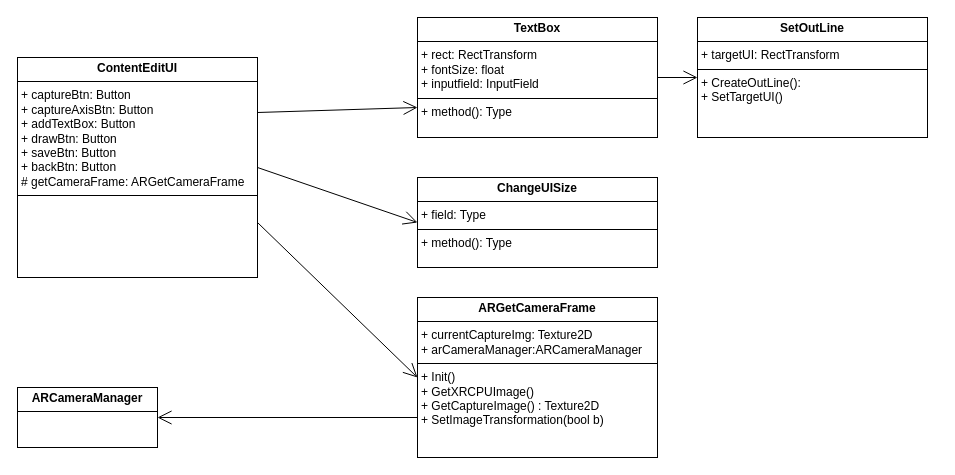
Above: Ar _Content_Edit/ContentEdit.drawio in meterslug4/Project-UML (draw.io), before the change. Source tidied: cells renumbered, new cells numbered last; positions are measured from the earlier drawing's top-left corner, leaving out a move shared by most shapes. Both pictures are drawn from the tidied source at 100%, with x=0, y=0 at pixel (17, 17).
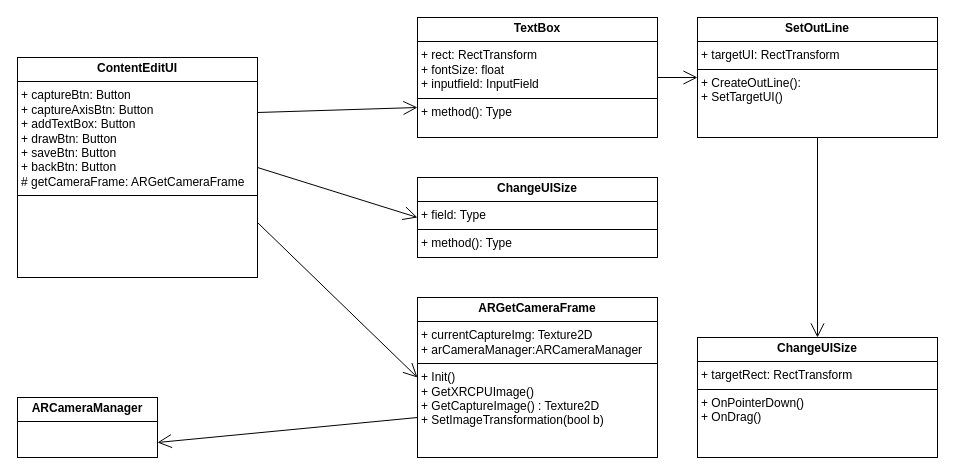
After the change.

Change to the diagram source:
```diff
@@
 <mxGraphModel>
   <root>
     <mxCell id="0" />
     <mxCell id="1" parent="0" />
     <mxCell id="2" value="&lt;p style=&quot;margin:0px;margin-top:4px;text-align:center;&quot;&gt;&lt;b&gt;ContentEditUI&lt;/b&gt;&lt;/p&gt;&lt;hr size=&quot;1&quot; style=&quot;border-style:solid;&quot;&gt;&lt;p style=&quot;margin:0px;margin-left:4px;&quot;&gt;+ captureBtn: Button&lt;/p&gt;&lt;p style=&quot;margin:0px;margin-left:4px;&quot;&gt;+ captureAxisBtn: Button&lt;/p&gt;&lt;p style=&quot;margin:0px;margin-left:4px;&quot;&gt;+ addTextBox: Button&lt;/p&gt;&lt;p style=&quot;margin:0px;margin-left:4px;&quot;&gt;+ drawBtn: Button&lt;/p&gt;&lt;p style=&quot;margin:0px;margin-left:4px;&quot;&gt;+ saveBtn: Button&lt;/p&gt;&lt;p style=&quot;margin:0px;margin-left:4px;&quot;&gt;+ backBtn: Button&lt;/p&gt;&lt;p style=&quot;margin:0px;margin-left:4px;&quot;&gt;# getCameraFrame: ARGetCameraFrame&lt;/p&gt;&lt;hr size=&quot;1&quot; style=&quot;border-style:solid;&quot;&gt;&lt;p style=&quot;margin:0px;margin-left:4px;&quot;&gt;&lt;br&gt;&lt;/p&gt;" style="verticalAlign=top;align=left;overflow=fill;html=1;whiteSpace=wrap;" parent="1" vertex="1">
       <mxGeometry y="40" width="240" height="220" as="geometry" />
     </mxCell>
     <mxCell id="3" value="&lt;p style=&quot;margin:0px;margin-top:4px;text-align:center;&quot;&gt;&lt;b&gt;TextBox&lt;/b&gt;&lt;/p&gt;&lt;hr size=&quot;1&quot; style=&quot;border-style:solid;&quot;&gt;&lt;p style=&quot;margin:0px;margin-left:4px;&quot;&gt;+ rect: RectTransform&lt;/p&gt;&lt;p style=&quot;margin:0px;margin-left:4px;&quot;&gt;+ fontSize: float&lt;/p&gt;&lt;p style=&quot;margin:0px;margin-left:4px;&quot;&gt;+ inputfield: InputField&lt;/p&gt;&lt;hr size=&quot;1&quot; style=&quot;border-style:solid;&quot;&gt;&lt;p style=&quot;margin:0px;margin-left:4px;&quot;&gt;+ method(): Type&lt;/p&gt;" style="verticalAlign=top;align=left;overflow=fill;html=1;whiteSpace=wrap;" parent="1" vertex="1">
       <mxGeometry x="400" width="240" height="120" as="geometry" />
     </mxCell>
     <mxCell id="4" value="&lt;p style=&quot;margin:0px;margin-top:4px;text-align:center;&quot;&gt;&lt;b&gt;ChangeUISize&lt;/b&gt;&lt;/p&gt;&lt;hr size=&quot;1&quot; style=&quot;border-style:solid;&quot;&gt;&lt;p style=&quot;margin:0px;margin-left:4px;&quot;&gt;+ field: Type&lt;/p&gt;&lt;hr size=&quot;1&quot; style=&quot;border-style:solid;&quot;&gt;&lt;p style=&quot;margin:0px;margin-left:4px;&quot;&gt;+ method(): Type&lt;/p&gt;" style="verticalAlign=top;align=left;overflow=fill;html=1;whiteSpace=wrap;" parent="1" vertex="1">
-      <mxGeometry x="400" y="160" width="240" height="90" as="geometry" />
+      <mxGeometry x="400" y="160" width="240" height="80" as="geometry" />
     </mxCell>
     <mxCell id="5" value="&lt;p style=&quot;margin:0px;margin-top:4px;text-align:center;&quot;&gt;&lt;b&gt;ARGetCameraFrame&lt;/b&gt;&lt;/p&gt;&lt;hr size=&quot;1&quot; style=&quot;border-style:solid;&quot;&gt;&lt;p style=&quot;margin:0px;margin-left:4px;&quot;&gt;+ currentCaptureImg: Texture2D&lt;/p&gt;&lt;p style=&quot;margin:0px;margin-left:4px;&quot;&gt;+ arCameraManager:ARCameraManager&lt;/p&gt;&lt;hr size=&quot;1&quot; style=&quot;border-style:solid;&quot;&gt;&lt;p style=&quot;margin:0px;margin-left:4px;&quot;&gt;+ Init()&lt;/p&gt;&lt;p style=&quot;margin:0px;margin-left:4px;&quot;&gt;+ GetXRCPUImage()&lt;/p&gt;&lt;p style=&quot;margin:0px;margin-left:4px;&quot;&gt;+ GetCaptureImage() : Texture2D&lt;/p&gt;&lt;p style=&quot;margin:0px;margin-left:4px;&quot;&gt;+ SetImageTransformation(bool b)&lt;/p&gt;&lt;p style=&quot;margin:0px;margin-left:4px;&quot;&gt;&lt;br&gt;&lt;/p&gt;" style="verticalAlign=top;align=left;overflow=fill;html=1;whiteSpace=wrap;" parent="1" vertex="1">
       <mxGeometry x="400" y="280" width="240" height="160" as="geometry" />
     </mxCell>
     <mxCell id="6" style="endArrow=open;endFill=1;endSize=12;html=1;rounded=0;exitX=1;exitY=0.25;exitDx=0;exitDy=0;entryX=0;entryY=0.75;entryDx=0;entryDy=0;" parent="1" edge="1" source="2" target="3">
       <mxGeometry relative="1" as="geometry" />
     </mxCell>
     <mxCell id="7" style="endArrow=open;endFill=1;endSize=12;html=1;rounded=0;exitX=1;exitY=0.5;exitDx=0;exitDy=0;entryX=0;entryY=0.5;entryDx=0;entryDy=0;" parent="1" edge="1" source="2" target="4">
       <mxGeometry relative="1" as="geometry" />
     </mxCell>
     <mxCell id="8" style="endArrow=open;endFill=1;endSize=12;html=1;rounded=0;exitX=1;exitY=0.75;exitDx=0;exitDy=0;entryX=0;entryY=0.5;entryDx=0;entryDy=0;" parent="1" edge="1" source="2" target="5">
       <mxGeometry relative="1" as="geometry" />
     </mxCell>
     <mxCell id="9" value="&lt;p style=&quot;margin:0px;margin-top:4px;text-align:center;&quot;&gt;&lt;b&gt;ARCameraManager&lt;/b&gt;&lt;/p&gt;&lt;hr size=&quot;1&quot; style=&quot;border-style:solid;&quot;&gt;&lt;div style=&quot;height:2px;&quot;&gt;&lt;/div&gt;" style="verticalAlign=top;align=left;overflow=fill;html=1;whiteSpace=wrap;" parent="1" vertex="1">
-      <mxGeometry y="370" width="140" height="60" as="geometry" />
+      <mxGeometry y="380" width="140" height="60" as="geometry" />
     </mxCell>
-    <mxCell id="10" style="endArrow=open;endFill=1;endSize=12;html=1;rounded=0;exitX=0;exitY=0.75;exitDx=0;exitDy=0;entryX=1;entryY=0.5;entryDx=0;entryDy=0;" parent="1" edge="1" source="5" target="9">
+    <mxCell id="10" style="endArrow=open;endFill=1;endSize=12;html=1;rounded=0;exitX=0;exitY=0.75;exitDx=0;exitDy=0;entryX=1;entryY=0.75;entryDx=0;entryDy=0;" parent="1" edge="1" source="5" target="9">
       <mxGeometry relative="1" as="geometry" />
     </mxCell>
     <mxCell id="11" value="&lt;p style=&quot;margin:0px;margin-top:4px;text-align:center;&quot;&gt;&lt;b&gt;SetOutLine&lt;/b&gt;&lt;/p&gt;&lt;hr size=&quot;1&quot; style=&quot;border-style:solid;&quot;&gt;&lt;p style=&quot;margin:0px;margin-left:4px;&quot;&gt;+ targetUI: RectTransform&lt;/p&gt;&lt;hr size=&quot;1&quot; style=&quot;border-style:solid;&quot;&gt;&lt;p style=&quot;margin:0px;margin-left:4px;&quot;&gt;+ CreateOutLine():&lt;/p&gt;&lt;p style=&quot;margin:0px;margin-left:4px;&quot;&gt;+ SetTargetUI()&lt;/p&gt;" style="verticalAlign=top;align=left;overflow=fill;html=1;whiteSpace=wrap;" parent="1" vertex="1">
-      <mxGeometry x="680" width="230" height="120" as="geometry" />
+      <mxGeometry x="680" width="240" height="120" as="geometry" />
     </mxCell>
     <mxCell id="12" style="endArrow=open;endFill=1;endSize=12;html=1;rounded=0;exitX=1;exitY=0.5;exitDx=0;exitDy=0;entryX=0;entryY=0.5;entryDx=0;entryDy=0;" parent="1" edge="1" source="3" target="11">
       <mxGeometry relative="1" as="geometry" />
     </mxCell>
+    <mxCell id="13" value="&lt;p style=&quot;margin:0px;margin-top:4px;text-align:center;&quot;&gt;&lt;b&gt;ChangeUISize&lt;/b&gt;&lt;/p&gt;&lt;hr size=&quot;1&quot; style=&quot;border-style:solid;&quot;&gt;&lt;p style=&quot;margin:0px;margin-left:4px;&quot;&gt;+ targetRect: RectTransform&lt;/p&gt;&lt;hr size=&quot;1&quot; style=&quot;border-style:solid;&quot;&gt;&lt;p style=&quot;margin:0px;margin-left:4px;&quot;&gt;+ OnPointerDown()&lt;/p&gt;&lt;p style=&quot;margin:0px;margin-left:4px;&quot;&gt;+ OnDrag()&lt;/p&gt;" style="verticalAlign=top;align=left;overflow=fill;html=1;whiteSpace=wrap;" parent="1" vertex="1">
+      <mxGeometry x="680" y="320" width="240" height="120" as="geometry" />
+    </mxCell>
+    <mxCell id="14" style="endArrow=open;endFill=1;endSize=12;html=1;rounded=0;exitX=0.5;exitY=1;exitDx=0;exitDy=0;" parent="1" edge="1" source="11" target="13">
+      <mxGeometry relative="1" as="geometry" />
+    </mxCell>
   </root>
 </mxGraphModel>
```
